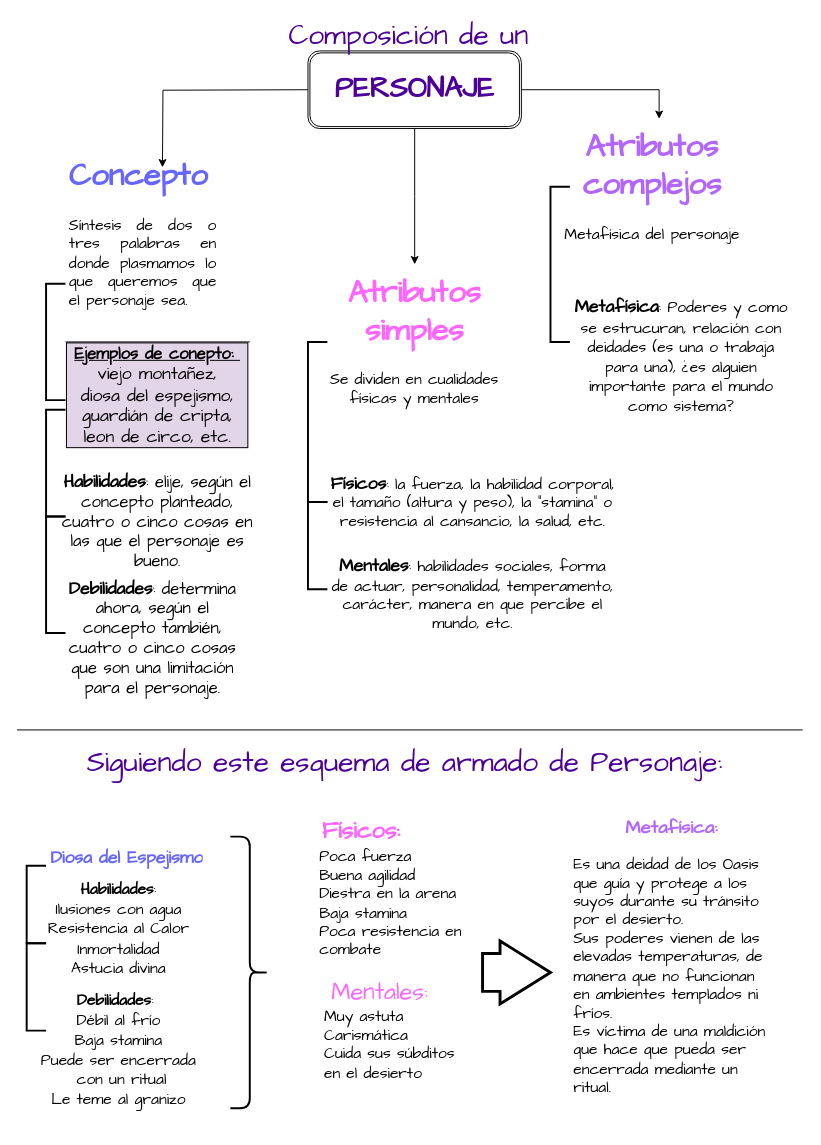
Earlier version of the draw.io diagram DiseñodePJ.drawio (aixairupe/DiagramasRPG). Source tidied: cells renumbered, new cells numbered last; positions are measured from the earlier drawing's top-left corner, leaving out a move shared by most shapes. Both pictures are drawn from the tidied source at 97%, with x=0, y=0 at pixel (16, 21).
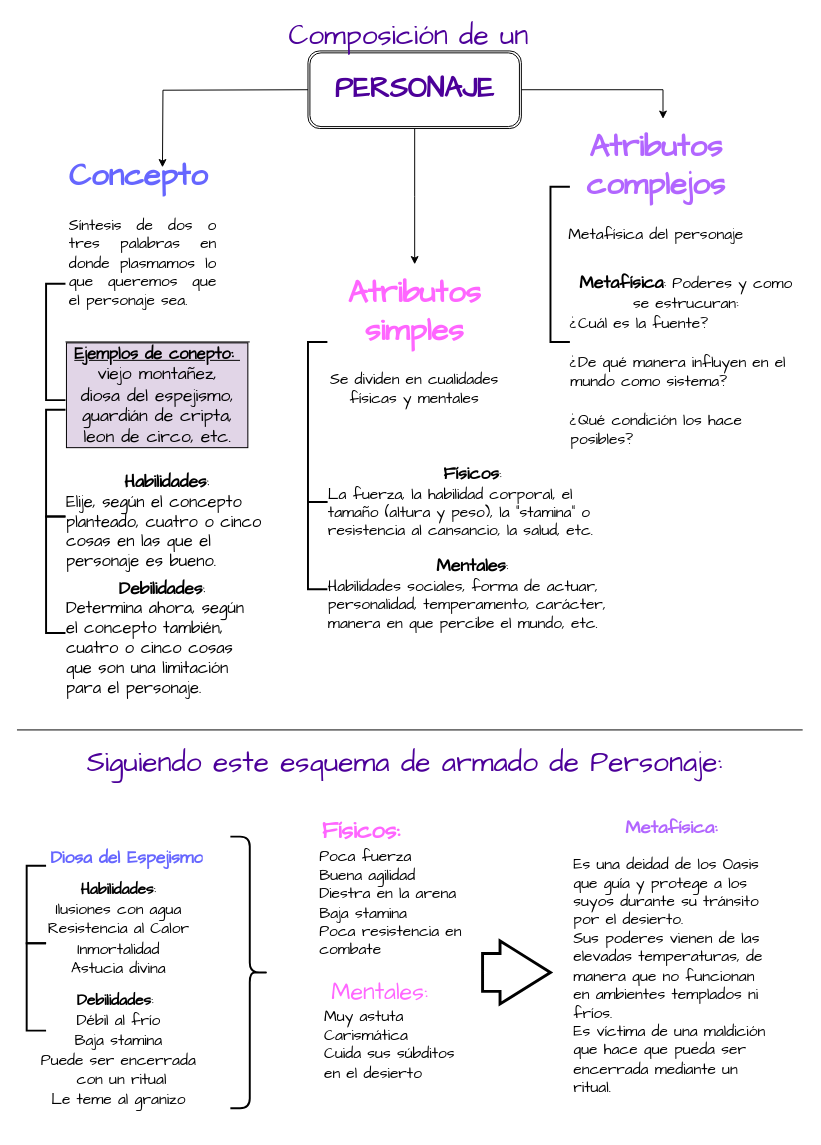
Above is the later version.

The edit, as a diff of the source:
```diff
@@
     <mxCell id="7" value="&lt;h1&gt;&lt;font color=&quot;#b266ff&quot;&gt;Atributos complejos&lt;/font&gt;&lt;/h1&gt;&lt;p&gt;Metafísica del personaje&lt;/p&gt;" style="text;html=1;strokeColor=none;fillColor=none;spacing=5;spacingTop=-20;whiteSpace=wrap;overflow=hidden;rounded=0;labelBorderColor=none;fontSize=16;align=center;fontFamily=Comic Sans MS;" parent="1" vertex="1">
-      <mxGeometry x="560" y="100" width="190" height="150" as="geometry" />
+      <mxGeometry x="564" y="100" width="190" height="150" as="geometry" />
     </mxCell>
@@
-    <mxCell id="11" value="&lt;b&gt;&lt;font style=&quot;font-size: 18px;&quot;&gt;Físicos&lt;/font&gt;&lt;/b&gt;:&amp;nbsp;la fuerza, la habilidad corporal, el tamaño (altura y peso), la &quot;stamina&quot; o resistencia al cansancio, la salud, etc." style="text;html=1;strokeColor=none;fillColor=none;align=center;verticalAlign=middle;whiteSpace=wrap;rounded=0;labelBorderColor=none;fontSize=16;fontFamily=Comic Sans MS;" parent="1" vertex="1">
+    <mxCell id="11" value="&lt;div&gt;&lt;b&gt;&lt;font style=&quot;font-size: 18px;&quot;&gt;Físicos&lt;/font&gt;&lt;/b&gt;: &lt;br&gt;&lt;/div&gt;&lt;div align=&quot;left&quot;&gt;La fuerza, la habilidad corporal, el tamaño (altura y peso), la &quot;stamina&quot; o resistencia al cansancio, la salud, etc.&lt;/div&gt;" style="text;html=1;strokeColor=none;fillColor=none;align=center;verticalAlign=middle;whiteSpace=wrap;rounded=0;labelBorderColor=none;fontSize=16;fontFamily=Comic Sans MS;" parent="1" vertex="1">
       <mxGeometry x="320" y="465" width="300" height="60" as="geometry" />
     </mxCell>
-    <mxCell id="12" value="&lt;b&gt;&lt;font style=&quot;font-size: 18px;&quot;&gt;Mentales&lt;/font&gt;&lt;/b&gt;: habilidades sociales, forma de actuar, personalidad, temperamento, carácter, manera en que percibe el mundo, etc." style="text;html=1;strokeColor=none;fillColor=none;align=center;verticalAlign=middle;whiteSpace=wrap;rounded=0;labelBorderColor=none;fontSize=16;fontFamily=Comic Sans MS;" parent="1" vertex="1">
+    <mxCell id="12" value="&lt;div&gt;&lt;b&gt;&lt;font style=&quot;font-size: 18px;&quot;&gt;Mentales&lt;/font&gt;&lt;/b&gt;: &lt;br&gt;&lt;/div&gt;&lt;div align=&quot;left&quot;&gt;Habilidades sociales, forma de actuar, personalidad, temperamento, carácter, manera en que percibe el mundo, etc.&lt;/div&gt;" style="text;html=1;strokeColor=none;fillColor=none;align=center;verticalAlign=middle;whiteSpace=wrap;rounded=0;labelBorderColor=none;fontSize=16;fontFamily=Comic Sans MS;" parent="1" vertex="1">
       <mxGeometry x="320" y="560" width="300" height="60" as="geometry" />
     </mxCell>
-    <mxCell id="13" value="&lt;font face=&quot;Comic Sans MS&quot;&gt;&lt;b&gt;&lt;font style=&quot;font-size: 18px;&quot;&gt;Metafísica&lt;/font&gt;&lt;/b&gt;: Poderes y como se estrucuran, relación con deidades (es una o trabaja para una), ¿es alguien importante para el mundo como sistema?&lt;/font&gt;" style="text;html=1;strokeColor=none;fillColor=none;align=center;verticalAlign=middle;whiteSpace=wrap;rounded=0;labelBorderColor=none;fontSize=16;" parent="1" vertex="1">
-      <mxGeometry x="570" y="300" width="230" height="90" as="geometry" />
+    <mxCell id="13" value="&lt;font face=&quot;Comic Sans MS&quot;&gt;&lt;b&gt;&lt;font style=&quot;font-size: 18px;&quot;&gt;Metafísica&lt;/font&gt;&lt;/b&gt;: Poderes y como se estrucuran: &lt;br&gt;&lt;/font&gt;&lt;div align=&quot;left&quot;&gt;&lt;font face=&quot;Comic Sans MS&quot;&gt;¿Cuál es la fuente?&lt;br&gt;&lt;/font&gt;&lt;br&gt;&lt;font face=&quot;Comic Sans MS&quot;&gt;¿&lt;/font&gt;&lt;font face=&quot;Comic Sans MS&quot;&gt;&lt;font face=&quot;Comic Sans MS&quot;&gt;De qué manera i&lt;/font&gt;nfluyen en el mundo como sistema?&lt;br&gt;&lt;br&gt;&lt;/font&gt;&lt;/div&gt;&lt;div align=&quot;left&quot;&gt;&lt;font face=&quot;Comic Sans MS&quot;&gt;¿Qué condición los hace posibles?&lt;br&gt;&lt;/font&gt;&lt;/div&gt;" style="text;html=1;strokeColor=none;fillColor=none;align=center;verticalAlign=middle;whiteSpace=wrap;rounded=0;labelBorderColor=none;fontSize=16;" parent="1" vertex="1">
+      <mxGeometry x="570" y="260" width="240" height="180" as="geometry" />
     </mxCell>
@@
-    <mxCell id="21" value="&lt;b&gt;&lt;font style=&quot;font-size: 18px;&quot;&gt;Habilidades&lt;/font&gt;&lt;/b&gt;: elije, según el concepto planteado, cuatro o cinco cosas en las que el personaje es bueno." style="text;html=1;strokeColor=none;fillColor=none;align=center;verticalAlign=middle;whiteSpace=wrap;rounded=0;labelBorderColor=none;fontSize=17;fontFamily=Comic Sans MS;" parent="1" vertex="1">
-      <mxGeometry x="40" y="480" width="210" height="70" as="geometry" />
+    <mxCell id="21" value="&lt;b&gt;&lt;font style=&quot;font-size: 18px;&quot;&gt;Habilidades&lt;/font&gt;&lt;/b&gt;: &lt;br&gt;&lt;div align=&quot;left&quot;&gt;Elije, según el concepto planteado, cuatro o cinco cosas en las que el personaje es bueno.&lt;/div&gt;" style="text;html=1;strokeColor=none;fillColor=none;align=center;verticalAlign=middle;whiteSpace=wrap;rounded=0;labelBorderColor=none;fontSize=17;fontFamily=Comic Sans MS;" parent="1" vertex="1">
+      <mxGeometry x="50" y="480" width="210" height="70" as="geometry" />
     </mxCell>
-    <mxCell id="22" value="&lt;b&gt;&lt;font style=&quot;font-size: 18px;&quot;&gt;Debilidades&lt;/font&gt;&lt;/b&gt;: determina ahora, según el concepto también, cuatro o cinco cosas que son una limitación para el personaje." style="text;html=1;strokeColor=none;fillColor=none;align=center;verticalAlign=middle;whiteSpace=wrap;rounded=0;labelBorderColor=none;fontSize=17;fontFamily=Comic Sans MS;" parent="1" vertex="1">
-      <mxGeometry x="40" y="590" width="200" height="90" as="geometry" />
+    <mxCell id="22" value="&lt;div&gt;&lt;b&gt;&lt;font style=&quot;font-size: 18px;&quot;&gt;Debilidades&lt;/font&gt;&lt;/b&gt;: &lt;br&gt;&lt;/div&gt;&lt;div align=&quot;left&quot;&gt;Determina ahora, según el concepto también, cuatro o cinco cosas que son una limitación para el personaje.&lt;/div&gt;" style="text;html=1;strokeColor=none;fillColor=none;align=center;verticalAlign=middle;whiteSpace=wrap;rounded=0;labelBorderColor=none;fontSize=17;fontFamily=Comic Sans MS;" parent="1" vertex="1">
+      <mxGeometry x="50" y="590" width="200" height="90" as="geometry" />
     </mxCell>
```
